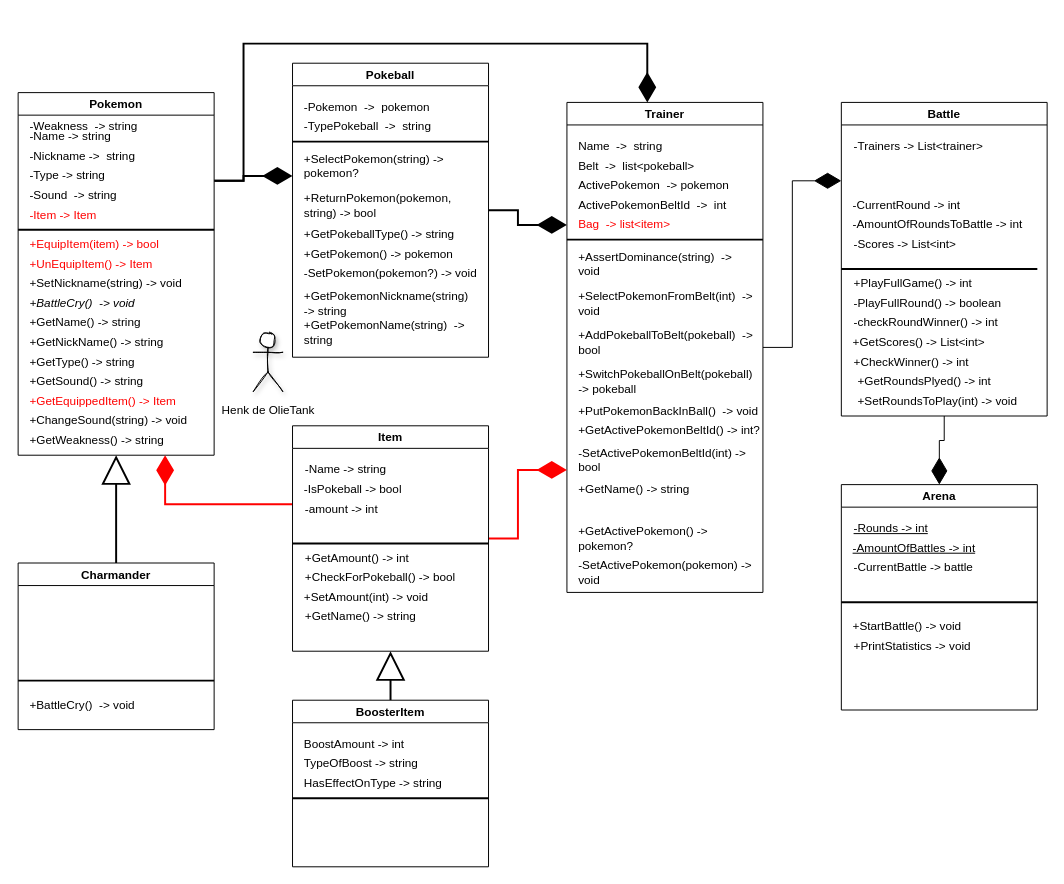
Earlier version of the draw.io diagram Pokemon-Battle-Sim/class diagram.drawio (oldmartijntje/Pokemon-Battle-Simulator). Source tidied: cells renumbered, new cells numbered last; positions are measured from the earlier drawing's top-left corner, leaving out a move shared by most shapes. Both pictures are drawn from the tidied source at 98%, with x=0, y=0 at pixel (18, 43).
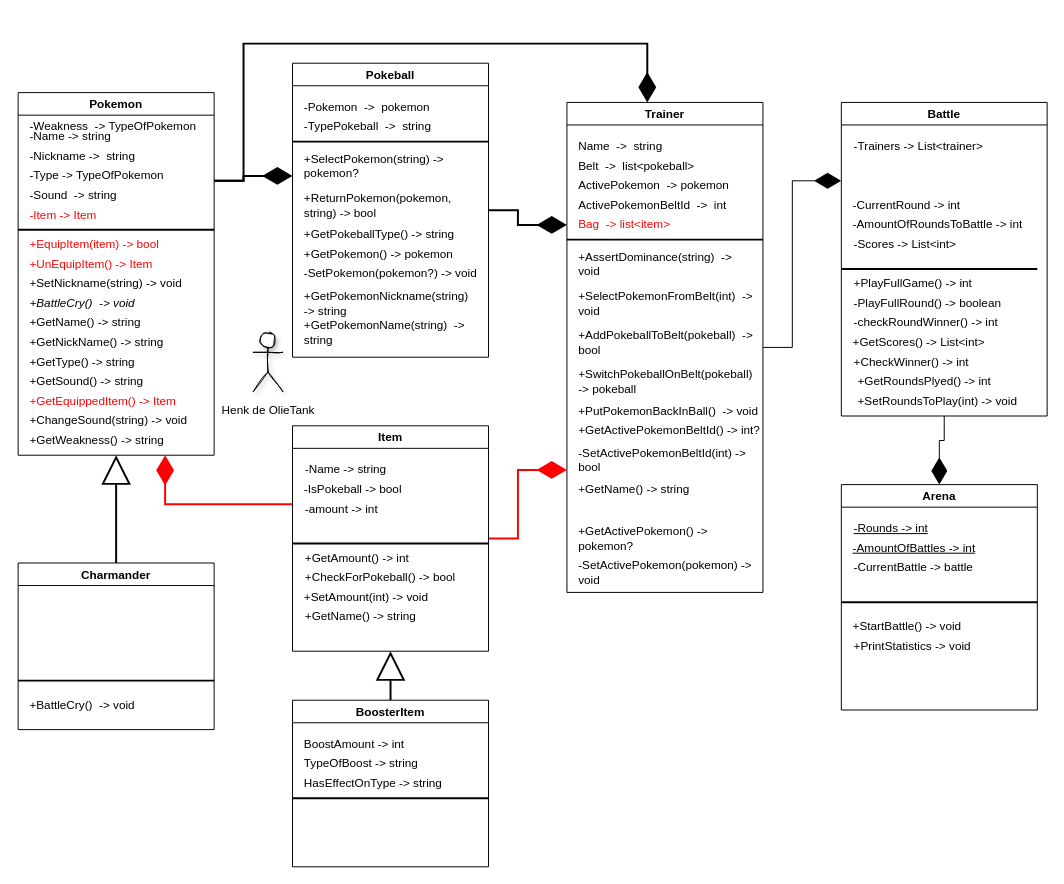
After the change.

Unchanged cells that the change refers to:
```xml
<mxCell id="4" value="Pokemon" style="swimlane;fillStyle=auto;fillColor=default;swimlaneFillColor=default;" parent="1" vertex="1">
  <mxGeometry y="50" width="200" height="370" as="geometry" />
</mxCell>
```

Change to the diagram source:
```diff
@@
-    <mxCell id="7" value="-Type&amp;nbsp;-&amp;gt; string" style="text;html=1;strokeColor=none;fillColor=none;align=left;verticalAlign=middle;whiteSpace=wrap;rounded=0;fillStyle=auto;" parent="4" vertex="1">
+    <mxCell id="7" value="-Type&amp;nbsp;-&amp;gt; TypeOfPokemon" style="text;html=1;strokeColor=none;fillColor=none;align=left;verticalAlign=middle;whiteSpace=wrap;rounded=0;fillStyle=auto;" parent="4" vertex="1">
       <mxGeometry x="10" y="70" width="180" height="30" as="geometry" />
     </mxCell>
@@
-    <mxCell id="21" value="-Weakness&amp;nbsp; -&amp;gt; string" style="text;html=1;strokeColor=none;fillColor=none;align=left;verticalAlign=middle;whiteSpace=wrap;rounded=0;fillStyle=auto;" parent="4" vertex="1">
+    <mxCell id="21" value="-Weakness&amp;nbsp; -&amp;gt; TypeOfPokemon" style="text;html=1;strokeColor=none;fillColor=none;align=left;verticalAlign=middle;whiteSpace=wrap;rounded=0;fillStyle=auto;" parent="4" vertex="1">
       <mxGeometry x="10" y="20" width="180" height="30" as="geometry" />
     </mxCell>
```
